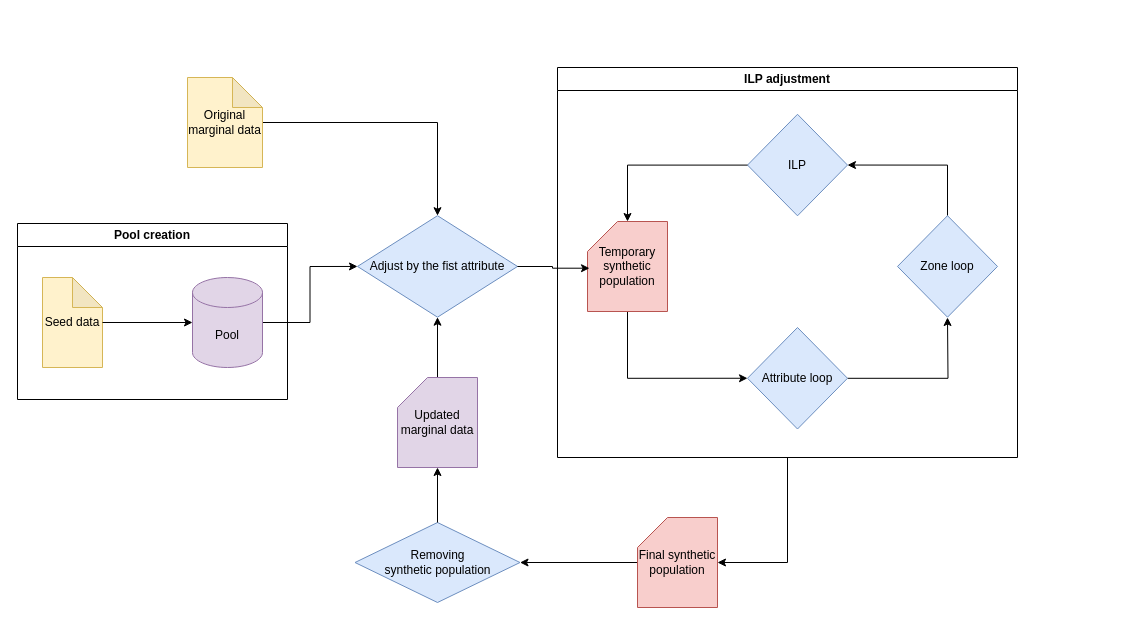
Earlier version of the draw.io diagram general_drawio/SAA_updated.drawio (bobkatla/PopSyn_Monash). Source tidied: cells renumbered, new cells numbered last; positions are measured from the earlier drawing's top-left corner, leaving out a move shared by most shapes. Both pictures are drawn from the tidied source at 100%, with x=0, y=0 at pixel (17, 67).
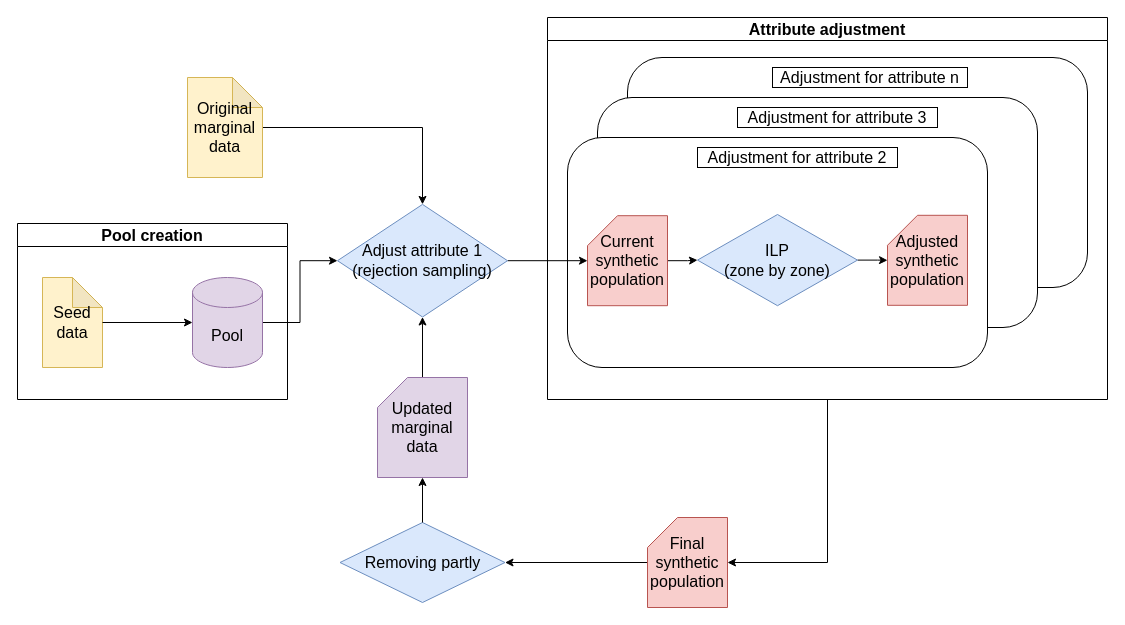
Above is the later version.

What changed in the source:
```diff
@@
+    <mxCell id="27" style="rounded=1;whiteSpace=wrap;html=1;fontSize=16;" parent="1" vertex="1">
+      <mxGeometry x="610" y="-10" width="460" height="230" as="geometry" />
+    </mxCell>
+    <mxCell id="28" value="Adjustment for attribute n" style="rounded=0;whiteSpace=wrap;html=1;fontSize=16;" parent="1" vertex="1">
+      <mxGeometry x="755" width="195" height="20" as="geometry" />
+    </mxCell>
+    <mxCell id="29" style="rounded=1;whiteSpace=wrap;html=1;fontSize=16;" parent="1" vertex="1">
+      <mxGeometry x="580" y="30" width="440" height="230" as="geometry" />
+    </mxCell>
+    <mxCell id="30" value="Adjustment for attribute 3" style="rounded=0;whiteSpace=wrap;html=1;fontSize=16;" parent="1" vertex="1">
+      <mxGeometry x="720" y="40" width="200" height="20" as="geometry" />
+    </mxCell>
+    <mxCell id="31" style="rounded=1;whiteSpace=wrap;html=1;fontSize=16;" parent="1" vertex="1">
+      <mxGeometry x="550" y="70" width="420" height="230" as="geometry" />
+    </mxCell>
-    <mxCell id="2" value="Seed data" style="shape=note;whiteSpace=wrap;html=1;backgroundOutline=1;darkOpacity=0.05;fillColor=#fff2cc;strokeColor=#d6b656;" parent="1" vertex="1">
+    <mxCell id="2" value="Seed data" style="shape=note;whiteSpace=wrap;html=1;backgroundOutline=1;darkOpacity=0.05;fillColor=#fff2cc;strokeColor=#d6b656;fontSize=16;" parent="1" vertex="1">
       <mxGeometry x="25" y="210" width="60" height="90" as="geometry" />
     </mxCell>
-    <mxCell id="3" style="edgeStyle=orthogonalEdgeStyle;rounded=0;jettySize=auto;html=1;entryX=0.5;entryY=0;entryDx=0;entryDy=0;" parent="1" edge="1" source="4" target="8">
+    <mxCell id="3" style="edgeStyle=orthogonalEdgeStyle;rounded=0;jettySize=auto;html=1;entryX=0.5;entryY=0;entryDx=0;entryDy=0;fontSize=16;" parent="1" edge="1" source="4" target="8">
       <mxGeometry relative="1" as="geometry" />
     </mxCell>
-    <mxCell id="4" value="Original marginal data" style="shape=note;whiteSpace=wrap;html=1;backgroundOutline=1;darkOpacity=0.05;fillColor=#fff2cc;strokeColor=#d6b656;" parent="1" vertex="1">
-      <mxGeometry x="170" y="10" width="75" height="90" as="geometry" />
+    <mxCell id="4" value="Original marginal data" style="shape=note;whiteSpace=wrap;html=1;backgroundOutline=1;darkOpacity=0.05;fillColor=#fff2cc;strokeColor=#d6b656;fontSize=16;" parent="1" vertex="1">
+      <mxGeometry x="170" y="10" width="75" height="100" as="geometry" />
     </mxCell>
-    <mxCell id="5" style="edgeStyle=orthogonalEdgeStyle;rounded=0;jettySize=auto;html=1;entryX=0;entryY=0.5;entryDx=0;entryDy=0;" parent="1" edge="1" source="6" target="8">
+    <mxCell id="5" style="edgeStyle=orthogonalEdgeStyle;rounded=0;jettySize=auto;html=1;entryX=0;entryY=0.5;entryDx=0;entryDy=0;fontSize=16;" parent="1" edge="1" source="6" target="8">
       <mxGeometry relative="1" as="geometry" />
     </mxCell>
-    <mxCell id="6" value="Pool" style="shape=cylinder3;whiteSpace=wrap;html=1;boundedLbl=1;backgroundOutline=1;size=15;fillColor=#e1d5e7;strokeColor=#9673a6;" parent="1" vertex="1">
+    <mxCell id="6" value="Pool" style="shape=cylinder3;whiteSpace=wrap;html=1;boundedLbl=1;backgroundOutline=1;size=15;fillColor=#e1d5e7;strokeColor=#9673a6;fontSize=16;" parent="1" vertex="1">
       <mxGeometry x="175" y="210" width="70" height="90" as="geometry" />
     </mxCell>
-    <mxCell id="7" style="edgeStyle=orthogonalEdgeStyle;rounded=0;jettySize=auto;html=1;entryX=0;entryY=0.5;entryDx=0;entryDy=0;entryPerimeter=0;" parent="1" edge="1" source="2" target="6">
+    <mxCell id="7" style="edgeStyle=orthogonalEdgeStyle;rounded=0;jettySize=auto;html=1;entryX=0;entryY=0.5;entryDx=0;entryDy=0;entryPerimeter=0;fontSize=16;" parent="1" edge="1" source="2" target="6">
       <mxGeometry relative="1" as="geometry" />
     </mxCell>
+    <mxCell id="22" style="edgeStyle=orthogonalEdgeStyle;rounded=0;jettySize=auto;html=1;" parent="1" edge="1" source="8" target="14">
+      <mxGeometry relative="1" as="geometry" />
+    </mxCell>
-    <mxCell id="8" value="Adjust by the fist attribute" style="rhombus;whiteSpace=wrap;html=1;fillColor=#dae8fc;strokeColor=#6c8ebf;" parent="1" vertex="1">
-      <mxGeometry x="340" y="148.2" width="160" height="101.5" as="geometry" />
+    <mxCell id="8" value="Adjust attribute 1&lt;br&gt;(rejection sampling)" style="rhombus;whiteSpace=wrap;html=1;fillColor=#dae8fc;strokeColor=#6c8ebf;fontSize=16;" parent="1" vertex="1">
+      <mxGeometry x="320" y="136.9" width="170" height="112.6" as="geometry" />
     </mxCell>
-    <mxCell id="9" style="edgeStyle=orthogonalEdgeStyle;rounded=0;jettySize=auto;html=1;" parent="1" edge="1" source="10">
-      <mxGeometry relative="1" as="geometry">
-        <mxPoint x="930" y="250" as="targetPoint" />
-      </mxGeometry>
-    </mxCell>
-    <mxCell id="10" value="Attribute loop" style="rhombus;whiteSpace=wrap;html=1;fillColor=#dae8fc;strokeColor=#6c8ebf;" parent="1" vertex="1">
-      <mxGeometry x="730" y="260" width="100" height="101.5" as="geometry" />
-    </mxCell>
-    <mxCell id="11" style="edgeStyle=orthogonalEdgeStyle;rounded=0;jettySize=auto;html=1;entryX=1;entryY=0.5;entryDx=0;entryDy=0;" parent="1" edge="1" source="12" target="15">
-      <mxGeometry relative="1" as="geometry">
-        <Array as="points">
-          <mxPoint x="930" y="98" />
-        </Array>
-      </mxGeometry>
-    </mxCell>
-    <mxCell id="12" value="Zone loop" style="rhombus;whiteSpace=wrap;html=1;fillColor=#dae8fc;strokeColor=#6c8ebf;" parent="1" vertex="1">
-      <mxGeometry x="880" y="148.2" width="100" height="101.5" as="geometry" />
-    </mxCell>
-    <mxCell id="13" style="edgeStyle=orthogonalEdgeStyle;rounded=0;jettySize=auto;html=1;entryX=0;entryY=0.5;entryDx=0;entryDy=0;" parent="1" edge="1" source="14" target="10">
-      <mxGeometry relative="1" as="geometry">
-        <Array as="points">
-          <mxPoint x="610" y="311" />
-        </Array>
-      </mxGeometry>
-    </mxCell>
+    <mxCell id="32" style="edgeStyle=orthogonalEdgeStyle;rounded=0;jettySize=auto;html=1;entryX=0;entryY=0.5;entryDx=0;entryDy=0;fontSize=16;" parent="1" edge="1" source="14" target="37">
+      <mxGeometry relative="1" as="geometry" />
+    </mxCell>
-    <mxCell id="14" value="Temporary synthetic population" style="shape=card;whiteSpace=wrap;html=1;fillColor=#f8cecc;strokeColor=#b85450;" parent="1" vertex="1">
-      <mxGeometry x="570" y="154" width="80" height="90" as="geometry" />
+    <mxCell id="14" value="Current synthetic population" style="shape=card;whiteSpace=wrap;html=1;fillColor=#f8cecc;strokeColor=#b85450;fontSize=16;" parent="1" vertex="1">
+      <mxGeometry x="570" y="148.2" width="80" height="90" as="geometry" />
     </mxCell>
-    <mxCell id="15" value="ILP" style="rhombus;whiteSpace=wrap;html=1;fillColor=#dae8fc;strokeColor=#6c8ebf;" parent="1" vertex="1">
-      <mxGeometry x="730" y="46.8" width="100" height="101.5" as="geometry" />
-    </mxCell>
-    <mxCell id="16" value="Removing&lt;br&gt;synthetic population" style="rhombus;whiteSpace=wrap;html=1;fillColor=#dae8fc;strokeColor=#6c8ebf;" parent="1" vertex="1">
-      <mxGeometry x="337.5" y="455" width="165" height="80" as="geometry" />
+    <mxCell id="16" value="Removing partly" style="rhombus;whiteSpace=wrap;html=1;fillColor=#dae8fc;strokeColor=#6c8ebf;fontSize=16;" parent="1" vertex="1">
+      <mxGeometry x="322.5" y="455" width="165" height="80" as="geometry" />
     </mxCell>
-    <mxCell id="17" style="edgeStyle=orthogonalEdgeStyle;rounded=0;jettySize=auto;html=1;entryX=0.5;entryY=1;entryDx=0;entryDy=0;" parent="1" edge="1" source="18" target="8">
+    <mxCell id="17" style="edgeStyle=orthogonalEdgeStyle;rounded=0;jettySize=auto;html=1;entryX=0.5;entryY=1;entryDx=0;entryDy=0;fontSize=16;" parent="1" edge="1" source="18" target="8">
       <mxGeometry relative="1" as="geometry" />
     </mxCell>
-    <mxCell id="18" value="Updated marginal data" style="shape=card;whiteSpace=wrap;html=1;fillColor=#e1d5e7;strokeColor=#9673a6;" parent="1" vertex="1">
-      <mxGeometry x="380" y="310" width="80" height="90" as="geometry" />
+    <mxCell id="18" value="Updated marginal data" style="shape=card;whiteSpace=wrap;html=1;fillColor=#e1d5e7;strokeColor=#9673a6;fontSize=16;" parent="1" vertex="1">
+      <mxGeometry x="360" y="310" width="90" height="100" as="geometry" />
     </mxCell>
-    <mxCell id="19" style="edgeStyle=orthogonalEdgeStyle;rounded=0;jettySize=auto;html=1;entryX=1;entryY=0.5;entryDx=0;entryDy=0;" parent="1" edge="1" source="20" target="16">
+    <mxCell id="19" style="edgeStyle=orthogonalEdgeStyle;rounded=0;jettySize=auto;html=1;entryX=1;entryY=0.5;entryDx=0;entryDy=0;fontSize=16;" parent="1" edge="1" source="20" target="16">
       <mxGeometry relative="1" as="geometry" />
     </mxCell>
-    <mxCell id="20" value="Final synthetic population" style="shape=card;whiteSpace=wrap;html=1;fillColor=#f8cecc;strokeColor=#b85450;" parent="1" vertex="1">
-      <mxGeometry x="620" y="450" width="80" height="90" as="geometry" />
+    <mxCell id="20" value="Final synthetic population" style="shape=card;whiteSpace=wrap;html=1;fillColor=#f8cecc;strokeColor=#b85450;fontSize=16;" parent="1" vertex="1">
+      <mxGeometry x="630" y="450" width="80" height="90" as="geometry" />
     </mxCell>
-    <mxCell id="21" style="edgeStyle=orthogonalEdgeStyle;rounded=0;jettySize=auto;html=1;entryX=0.5;entryY=0;entryDx=0;entryDy=0;entryPerimeter=0;" parent="1" edge="1" source="15" target="14">
-      <mxGeometry relative="1" as="geometry" />
-    </mxCell>
-    <mxCell id="22" style="edgeStyle=orthogonalEdgeStyle;rounded=0;jettySize=auto;html=1;entryX=0.025;entryY=0.519;entryDx=0;entryDy=0;entryPerimeter=0;" parent="1" edge="1" source="8" target="14">
-      <mxGeometry relative="1" as="geometry" />
-    </mxCell>
-    <mxCell id="23" value="Pool creation" style="swimlane;whiteSpace=wrap;html=1;" parent="1" vertex="1">
+    <mxCell id="23" value="Pool creation" style="swimlane;whiteSpace=wrap;html=1;fontSize=16;" parent="1" vertex="1">
       <mxGeometry y="156" width="270" height="176" as="geometry" />
     </mxCell>
-    <mxCell id="24" value="ILP adjustment" style="swimlane;whiteSpace=wrap;html=1;" parent="1" vertex="1">
-      <mxGeometry x="540" width="460" height="390" as="geometry" />
-    </mxCell>
-    <mxCell id="25" style="edgeStyle=orthogonalEdgeStyle;rounded=0;jettySize=auto;html=1;entryX=1;entryY=0.5;entryDx=0;entryDy=0;entryPerimeter=0;" parent="1" edge="1" source="24" target="20">
-      <mxGeometry relative="1" as="geometry" />
-    </mxCell>
-    <mxCell id="26" style="edgeStyle=orthogonalEdgeStyle;rounded=0;jettySize=auto;html=1;entryX=0.5;entryY=1;entryDx=0;entryDy=0;entryPerimeter=0;" parent="1" edge="1" source="16" target="18">
+    <mxCell id="26" style="edgeStyle=orthogonalEdgeStyle;rounded=0;jettySize=auto;html=1;entryX=0.5;entryY=1;entryDx=0;entryDy=0;entryPerimeter=0;fontSize=16;" parent="1" edge="1" source="16" target="18">
       <mxGeometry relative="1" as="geometry" />
     </mxCell>
+    <mxCell id="33" value="Adjustment for attribute 2" style="rounded=0;whiteSpace=wrap;html=1;fontSize=16;" parent="1" vertex="1">
+      <mxGeometry x="680" y="80" width="200" height="20" as="geometry" />
+    </mxCell>
+    <mxCell id="34" style="edgeStyle=orthogonalEdgeStyle;rounded=0;jettySize=auto;html=1;entryX=1;entryY=0.5;entryDx=0;entryDy=0;entryPerimeter=0;fontSize=16;" parent="1" edge="1" source="35" target="20">
+      <mxGeometry relative="1" as="geometry" />
+    </mxCell>
+    <mxCell id="35" value="Attribute adjustment" style="swimlane;whiteSpace=wrap;html=1;fontSize=16;" parent="1" vertex="1">
+      <mxGeometry x="530" y="-50" width="560" height="382" as="geometry" />
+    </mxCell>
+    <mxCell id="36" style="edgeStyle=orthogonalEdgeStyle;rounded=0;jettySize=auto;html=1;fontSize=16;" parent="35" edge="1" source="37" target="38">
+      <mxGeometry relative="1" as="geometry" />
+    </mxCell>
+    <mxCell id="37" value="ILP &lt;br&gt;(zone by zone)" style="rhombus;whiteSpace=wrap;html=1;fillColor=#dae8fc;strokeColor=#6c8ebf;fontSize=16;" parent="35" vertex="1">
+      <mxGeometry x="150" y="197" width="160" height="91.2" as="geometry" />
+    </mxCell>
+    <mxCell id="38" value="Adjusted synthetic population" style="shape=card;whiteSpace=wrap;html=1;fillColor=#f8cecc;strokeColor=#b85450;fontSize=16;" parent="35" vertex="1">
+      <mxGeometry x="340" y="197.8" width="80" height="90" as="geometry" />
+    </mxCell>
```
